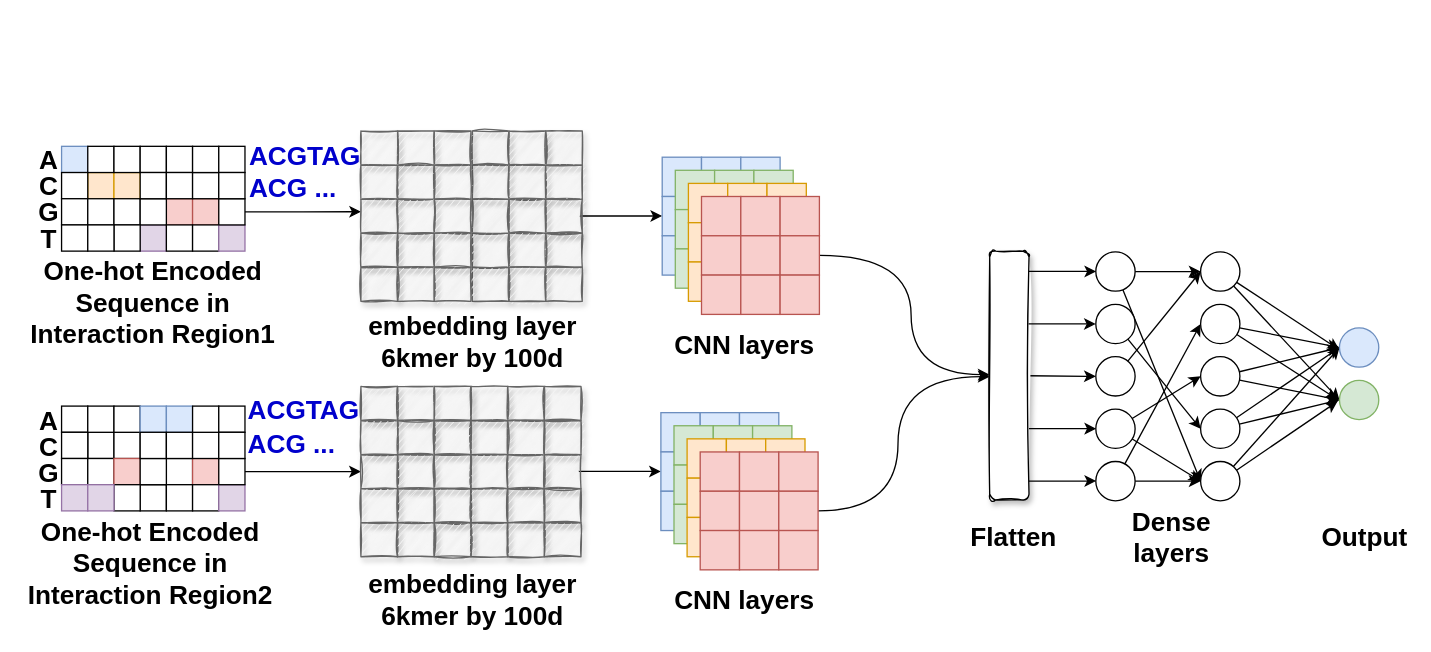
Above: onehot_embedding_cnn_two_branch.drawio in NaiveTom/draw.io (draw.io), before the change. Source tidied: cells renumbered, new cells numbered last; positions are measured from the earlier drawing's top-left corner, leaving out a move shared by most shapes. Both pictures are drawn from the tidied source at 131%, with x=0, y=0 at pixel (22, 130).
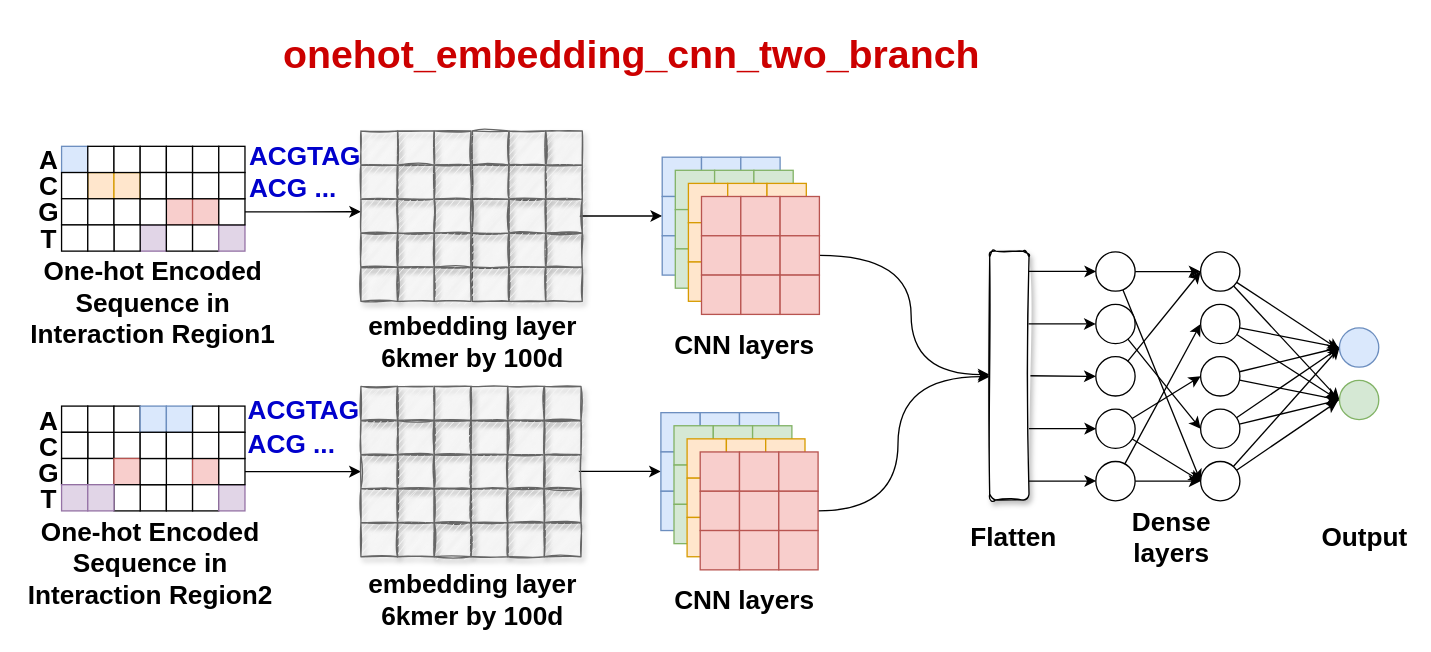
The same diagram, later.

What changed in the source:
```diff
@@
+    <mxCell id="256" value="onehot_embedding_cnn_two_branch" style="text;whiteSpace=wrap;html=1;fontSize=30;fontStyle=1;fontColor=#CC0000;" parent="1" vertex="1">
+      <mxGeometry x="197" y="-82" width="310" height="40" as="geometry" />
+    </mxCell>
```
